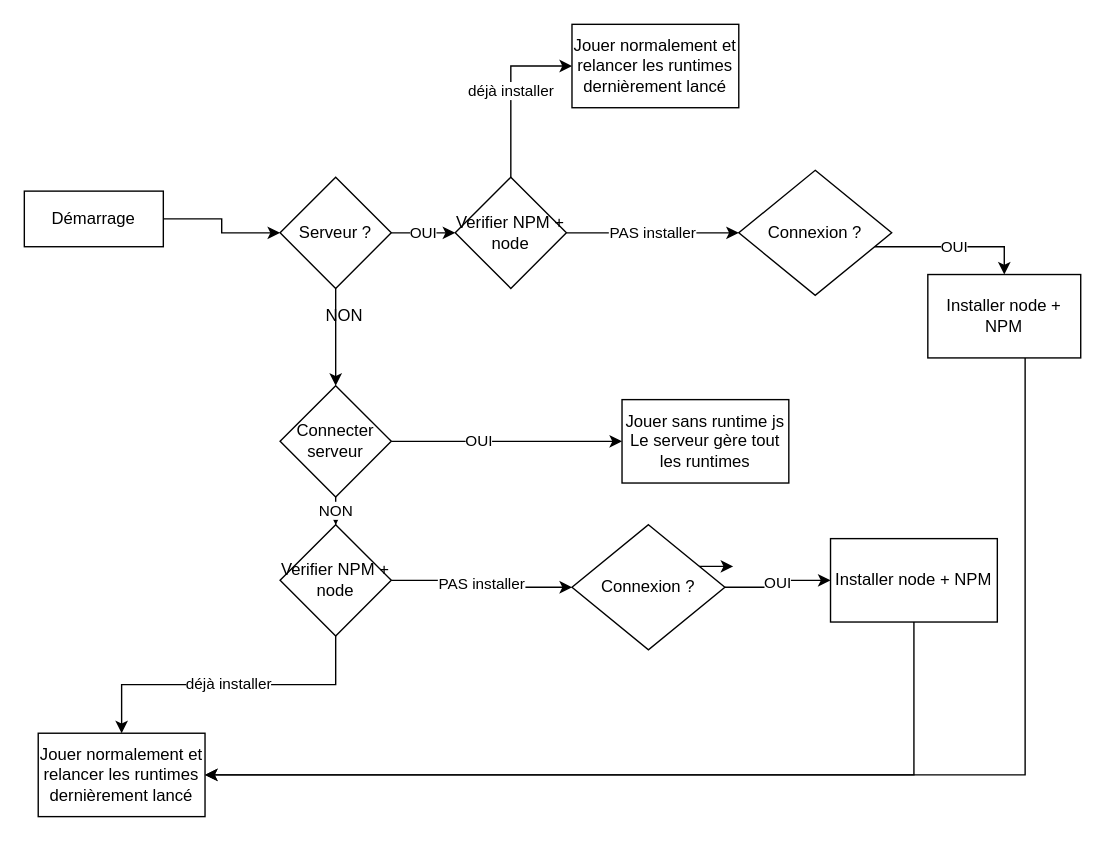
Before: brainstorming/mon idée.drawio in mycomputerjs/Schema, a draw.io diagram. Source tidied: cells renumbered, new cells numbered last; positions are measured from the earlier drawing's top-left corner, leaving out a move shared by most shapes. Both pictures are drawn from the tidied source at 139%, with x=0, y=0 at pixel (24, 24).
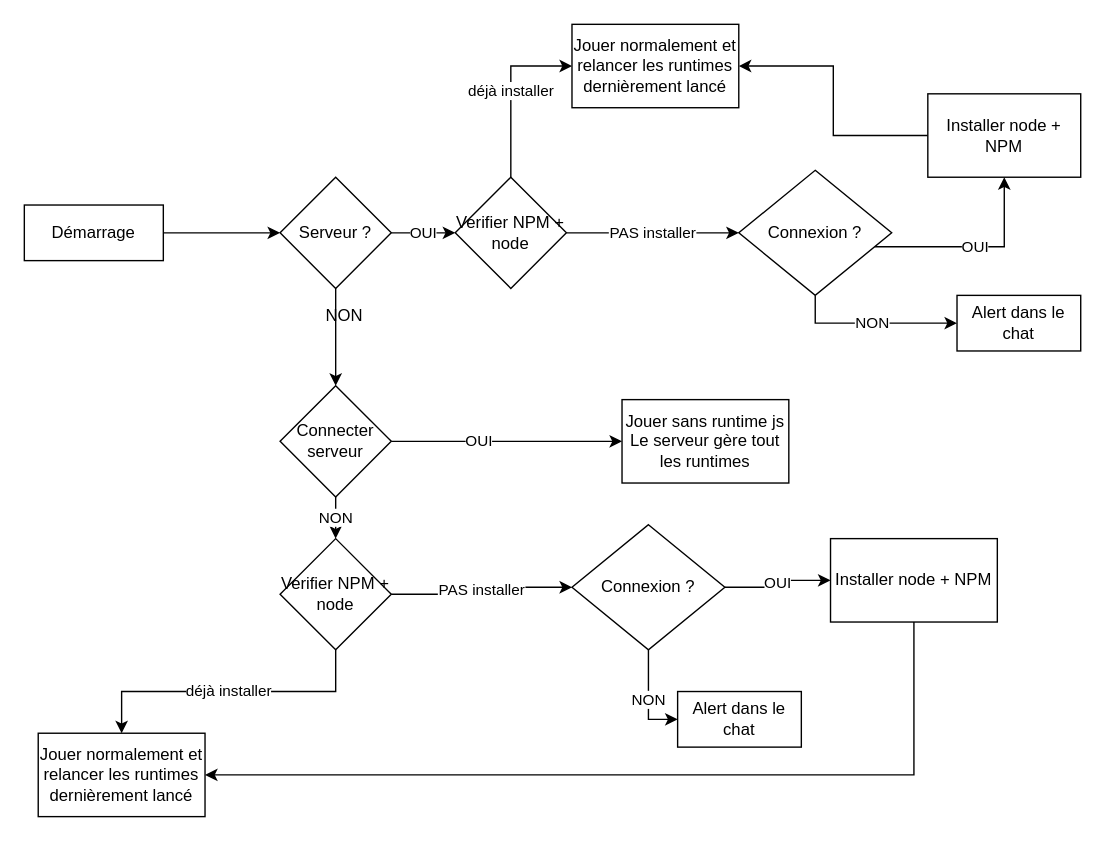
After the change.

Commit message:
Mettre à jour mon idée.drawio

The change refers to these unchanged cells:
```xml
<mxCell id="5" value="Connexion ?" style="rhombus;whiteSpace=wrap;html=1;" parent="1" vertex="1">
  <mxGeometry x="514" y="105" width="110" height="90" as="geometry" />
</mxCell>
<mxCell id="21" value="Jouer normalement et relancer les runtimes dernièrement lancé" style="rounded=0;whiteSpace=wrap;html=1;" parent="1" vertex="1">
  <mxGeometry x="10" y="510" width="120" height="60" as="geometry" />
</mxCell>
<mxCell id="23" value="Connexion ?" style="rhombus;whiteSpace=wrap;html=1;" parent="1" vertex="1">
  <mxGeometry x="394" y="360" width="110" height="90" as="geometry" />
</mxCell>
<mxCell id="29" value="Jouer normalement et relancer les runtimes dernièrement lancé" style="rounded=0;whiteSpace=wrap;html=1;" parent="1" vertex="1">
  <mxGeometry x="394" width="120" height="60" as="geometry" />
</mxCell>
```

What changed in the source:
```diff
@@
     <mxCell id="3" value="Démarrage" style="rounded=0;whiteSpace=wrap;html=1;" parent="1" vertex="1">
-      <mxGeometry y="120" width="100" height="40" as="geometry" />
+      <mxGeometry y="130" width="100" height="40" as="geometry" />
     </mxCell>
-    <mxCell id="4" value="OUI" style="edgeStyle=orthogonalEdgeStyle;rounded=0;jettySize=auto;html=1;entryX=0.5;entryY=0;entryDx=0;entryDy=0;" parent="1" edge="1" source="5" target="16">
+    <mxCell id="4" value="OUI" style="edgeStyle=orthogonalEdgeStyle;rounded=0;jettySize=auto;html=1;entryX=0.5;entryY=1;entryDx=0;entryDy=0;" parent="1" edge="1" source="5" target="16">
       <mxGeometry relative="1" as="geometry">
         <Array as="points">
           <mxPoint x="705" y="160" />
         </Array>
       </mxGeometry>
     </mxCell>
+    <mxCell id="30" value="NON" style="edgeStyle=orthogonalEdgeStyle;rounded=0;jettySize=auto;html=1;entryX=0;entryY=0.5;entryDx=0;entryDy=0;exitX=0.5;exitY=1;exitDx=0;exitDy=0;" parent="1" edge="1" source="5" target="32">
+      <mxGeometry relative="1" as="geometry" />
+    </mxCell>
@@
-    <mxCell id="15" style="edgeStyle=orthogonalEdgeStyle;rounded=0;jettySize=auto;html=1;entryX=1;entryY=0.5;entryDx=0;entryDy=0;" parent="1" edge="1" source="16" target="21">
-      <mxGeometry relative="1" as="geometry">
-        <Array as="points">
-          <mxPoint x="720" y="540" />
-        </Array>
-      </mxGeometry>
-    </mxCell>
+    <mxCell id="31" style="edgeStyle=orthogonalEdgeStyle;rounded=0;jettySize=auto;html=1;entryX=1;entryY=0.5;entryDx=0;entryDy=0;" parent="1" edge="1" source="16" target="29">
+      <mxGeometry relative="1" as="geometry" />
+    </mxCell>
     <mxCell id="16" value="Installer node + NPM" style="rounded=0;whiteSpace=wrap;html=1;" parent="1" vertex="1">
-      <mxGeometry x="650" y="180" width="110" height="60" as="geometry" />
+      <mxGeometry x="650" y="50" width="110" height="60" as="geometry" />
     </mxCell>
@@
-    <mxCell id="19" style="edgeStyle=orthogonalEdgeStyle;rounded=0;orthogonalLoop=1;jettySize=auto;html=1;entryX=0;entryY=0.5;entryDx=0;entryDy=0;" parent="1" edge="1">
-      <mxGeometry relative="1" as="geometry">
-        <mxPoint x="440" y="390" as="sourcePoint" />
-        <mxPoint x="510" y="390" as="targetPoint" />
-      </mxGeometry>
-    </mxCell>
@@
     <mxCell id="25" value="Verifier NPM + node" style="rhombus;whiteSpace=wrap;html=1;" parent="1" vertex="1">
-      <mxGeometry x="184" y="360" width="80" height="80" as="geometry" />
+      <mxGeometry x="184" y="370" width="80" height="80" as="geometry" />
     </mxCell>
@@
+    <mxCell id="32" value="Alert dans le chat" style="rounded=0;whiteSpace=wrap;html=1;" parent="1" vertex="1">
+      <mxGeometry x="671" y="195" width="89" height="40" as="geometry" />
+    </mxCell>
+    <mxCell id="33" value="NON" style="edgeStyle=orthogonalEdgeStyle;rounded=0;jettySize=auto;html=1;entryX=0;entryY=0.5;entryDx=0;entryDy=0;exitX=0.5;exitY=1;exitDx=0;exitDy=0;" parent="1" edge="1" source="23" target="34">
+      <mxGeometry relative="1" as="geometry" />
+    </mxCell>
+    <mxCell id="34" value="Alert dans le chat" style="rounded=0;whiteSpace=wrap;html=1;" parent="1" vertex="1">
+      <mxGeometry x="470" y="480" width="89" height="40" as="geometry" />
+    </mxCell>
```
